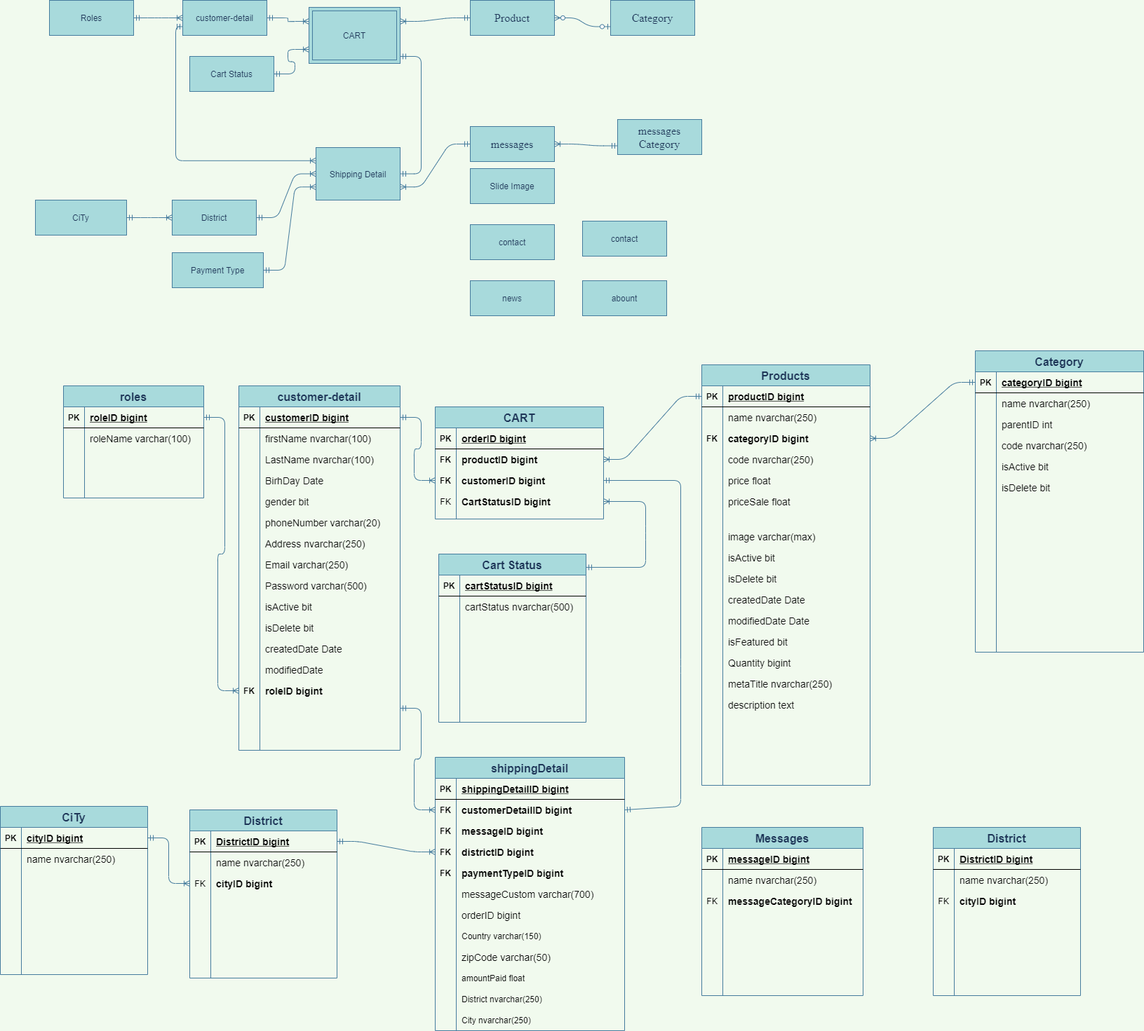
maialino123/Eproject-SEM3 keeps this draw.io diagram as Untitled Diagram.png. Above is the earlier version. Source tidied: cells renumbered, new cells last; positions are measured from the earlier drawing's top-left corner, leaving out a move shared by most shapes.
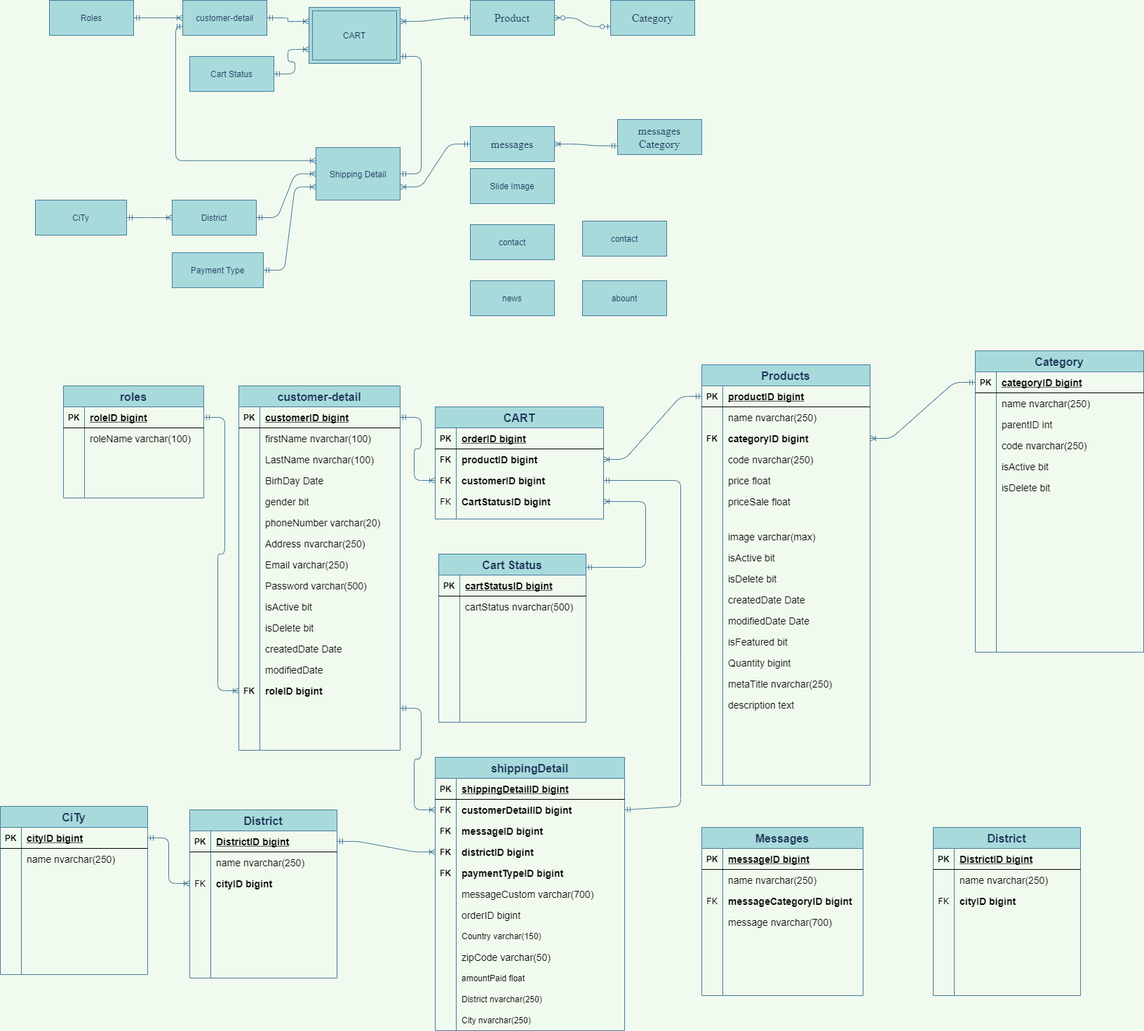
After the change.

What changed in the source:
```diff
@@ -894,7 +894,7 @@
     <mxCell id="293" style="shape=partialRectangle;fillColor=none;top=0;left=0;bottom=0;right=0;overflow=hidden;" parent="292" vertex="1">
       <mxGeometry width="30" height="30" as="geometry" />
     </mxCell>
-    <mxCell id="294" style="shape=partialRectangle;fillColor=none;top=0;left=0;bottom=0;right=0;align=left;spacingLeft=6;overflow=hidden;" parent="292" vertex="1">
+    <mxCell id="294" value="message nvarchar(700)" style="shape=partialRectangle;fillColor=none;top=0;left=0;bottom=0;right=0;align=left;spacingLeft=6;overflow=hidden;fontStyle=0;fontSize=14;" parent="292" vertex="1">
       <mxGeometry x="30" width="200" height="30" as="geometry" />
     </mxCell>
     <mxCell id="295" style="shape=partialRectangle;fillColor=none;top=0;left=0;bottom=0;right=0;" parent="282" vertex="1">
```
